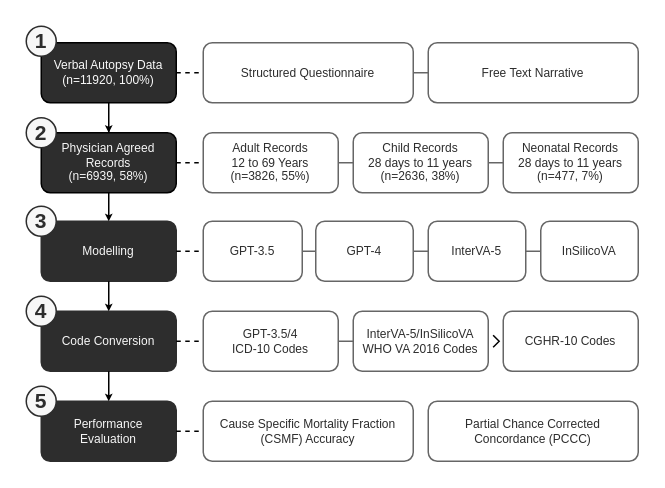
Before: src/figures/fig-methods-brief.drawio in cghr-toronto/wen-et-al-2025-cava, a draw.io diagram. Source tidied: cells renumbered, new cells numbered last; positions are measured from the earlier drawing's top-left corner, leaving out a move shared by most shapes. Both pictures are drawn from the tidied source at 150%, with x=0, y=0 at pixel (26, 26).
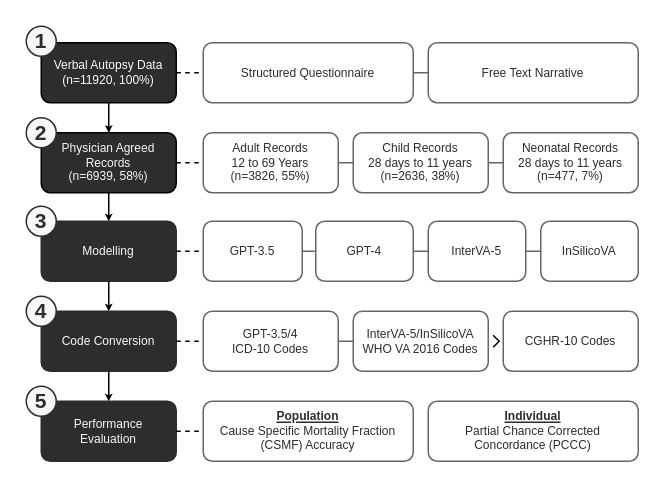
The same diagram, later.

What changed in the source:
```diff
@@
-    <mxCell id="12" value="Cause Specific&amp;nbsp;&lt;span style=&quot;background-color: transparent;&quot;&gt;Mortality Fraction (CSMF) Accuracy&lt;/span&gt;" style="rounded=1;whiteSpace=wrap;html=1;fontFamily=Arial;fontSize=8;fontStyle=0;fontColor=#2D2D2D;strokeColor=#666666;" parent="1" vertex="1">
+    <mxCell id="12" value="&lt;u&gt;&lt;b&gt;Population&lt;/b&gt;&lt;/u&gt;&lt;div&gt;Cause Specific&amp;nbsp;&lt;span style=&quot;background-color: transparent;&quot;&gt;Mortality Fraction (CSMF) Accuracy&lt;/span&gt;&lt;/div&gt;" style="rounded=1;whiteSpace=wrap;html=1;fontFamily=Arial;fontSize=8;fontStyle=0;fontColor=#2D2D2D;strokeColor=#666666;" parent="1" vertex="1">
       <mxGeometry x="118" y="250" width="140" height="40" as="geometry" />
     </mxCell>
@@
-    <mxCell id="28" value="Partial Chance Corrected Concordance (PCCC)" style="rounded=1;whiteSpace=wrap;html=1;fontFamily=Arial;fontSize=8;fontStyle=0;fontColor=#2D2D2D;strokeColor=#666666;" parent="1" vertex="1">
+    <mxCell id="28" value="&lt;div&gt;&lt;u&gt;&lt;b&gt;Individual&lt;/b&gt;&lt;/u&gt;&lt;/div&gt;Partial Chance Corrected Concordance (PCCC)" style="rounded=1;whiteSpace=wrap;html=1;fontFamily=Arial;fontSize=8;fontStyle=0;fontColor=#2D2D2D;strokeColor=#666666;" parent="1" vertex="1">
       <mxGeometry x="268" y="250" width="140" height="40" as="geometry" />
     </mxCell>
```
